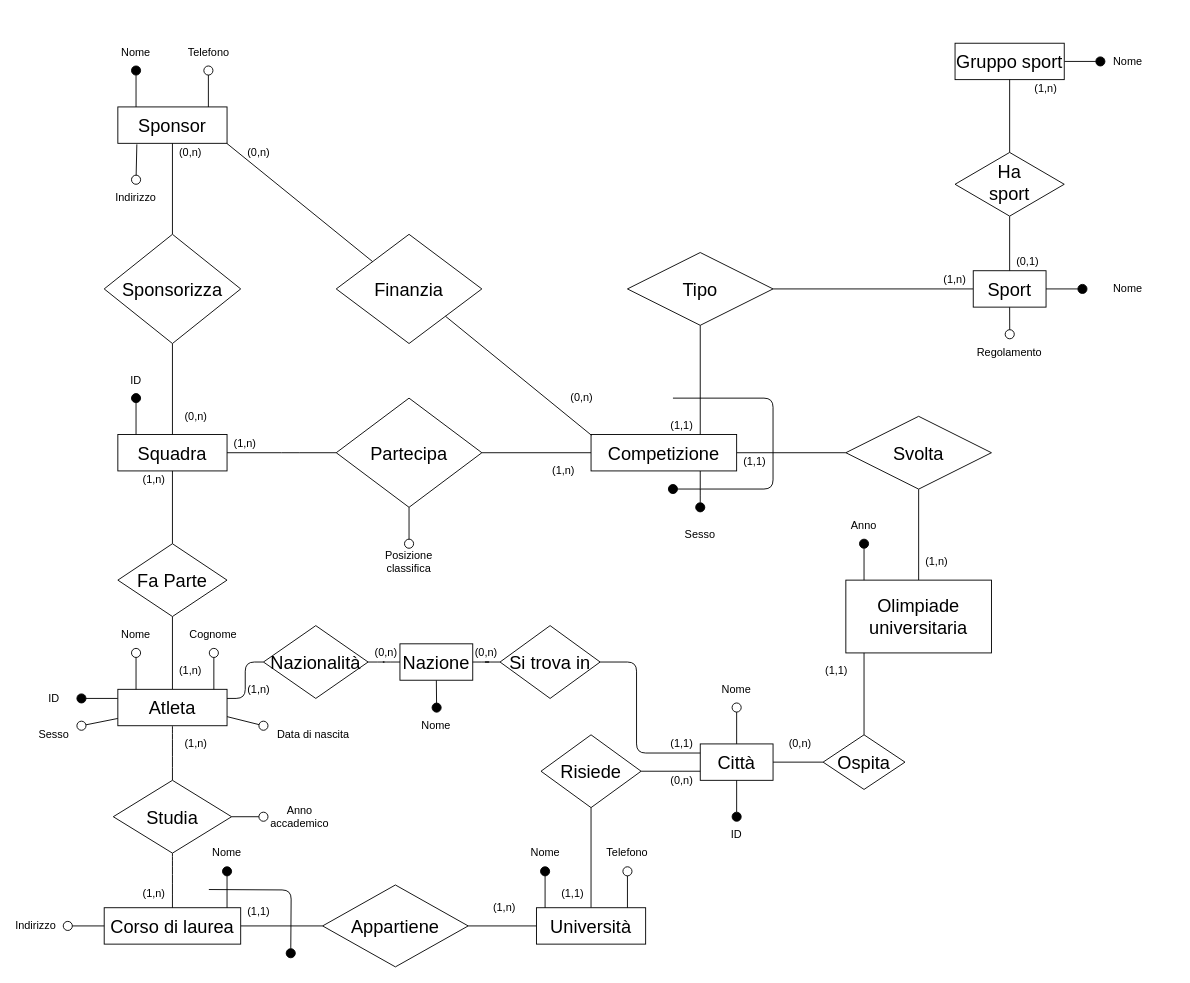
Above: page "Schema E-R" (1 of 3) of Olimpiadi studentesche.drawio in giovannivelludo/database-project (draw.io), before the change. Source tidied: cells renumbered, new cells numbered last; positions are measured from the earlier drawing's top-left corner, leaving out a move shared by most shapes. Both pictures are drawn from the tidied source at 91%, with x=0, y=0 at pixel (17, 43).
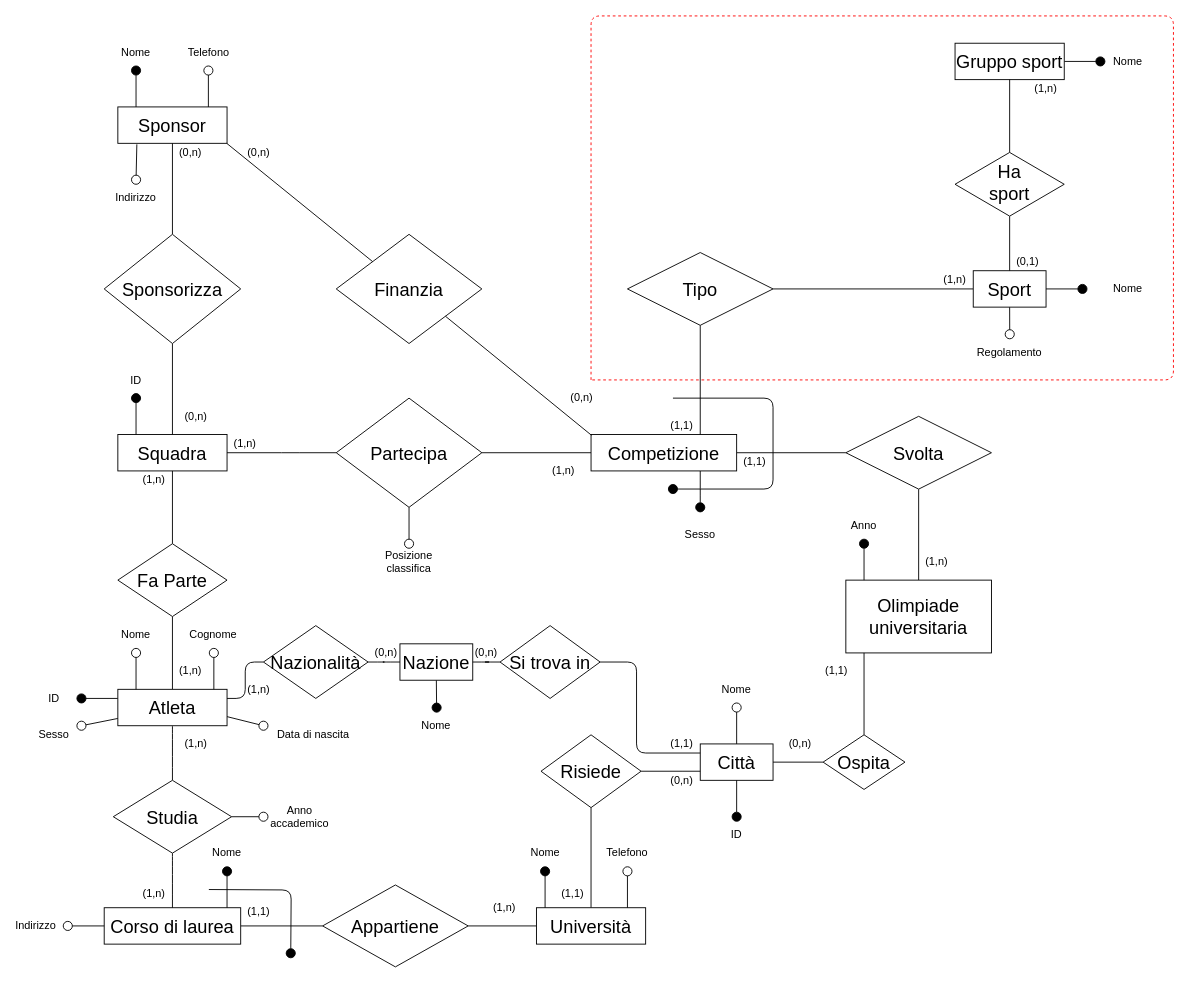
The same page after the edit.

Change to the diagram source:
```diff
@@
+    <mxCell id="126" style="endArrow=none;dashed=1;html=1;strokeColor=#FF0000;" parent="1" edge="1">
+      <mxGeometry relative="1" as="geometry">
+        <mxPoint x="630" y="370" as="sourcePoint" />
+        <mxPoint x="630" y="370" as="targetPoint" />
+        <Array as="points">
+          <mxPoint x="630" y="-30" />
+          <mxPoint x="1270" y="-30" />
+          <mxPoint x="1270" y="370" />
+        </Array>
+      </mxGeometry>
+    </mxCell>
```
